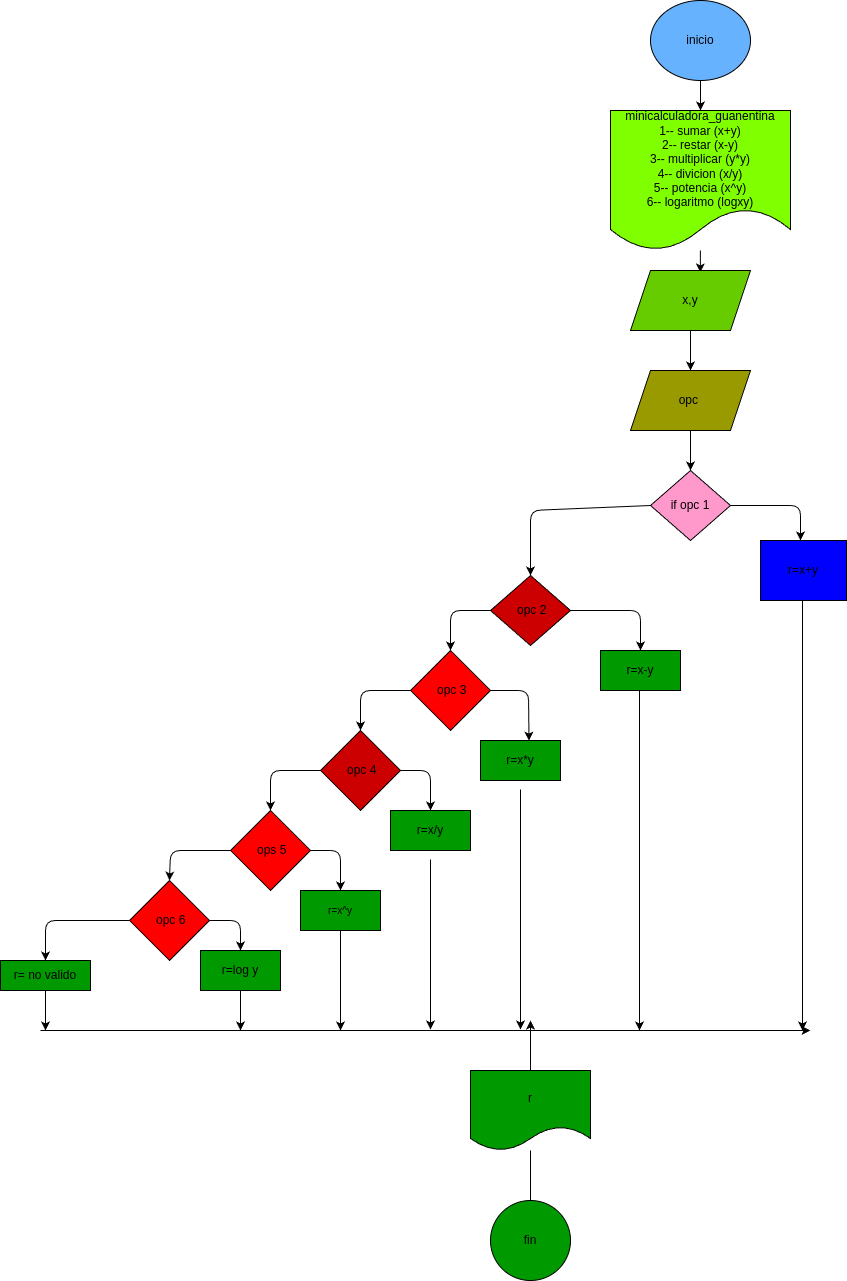
juan10-7/minicalculadora_guanentina keeps this draw.io diagram as diagrama.png. Above is the earlier version. Source tidied: cells renumbered, new cells last; positions are measured from the earlier drawing's top-left corner, leaving out a move shared by most shapes.
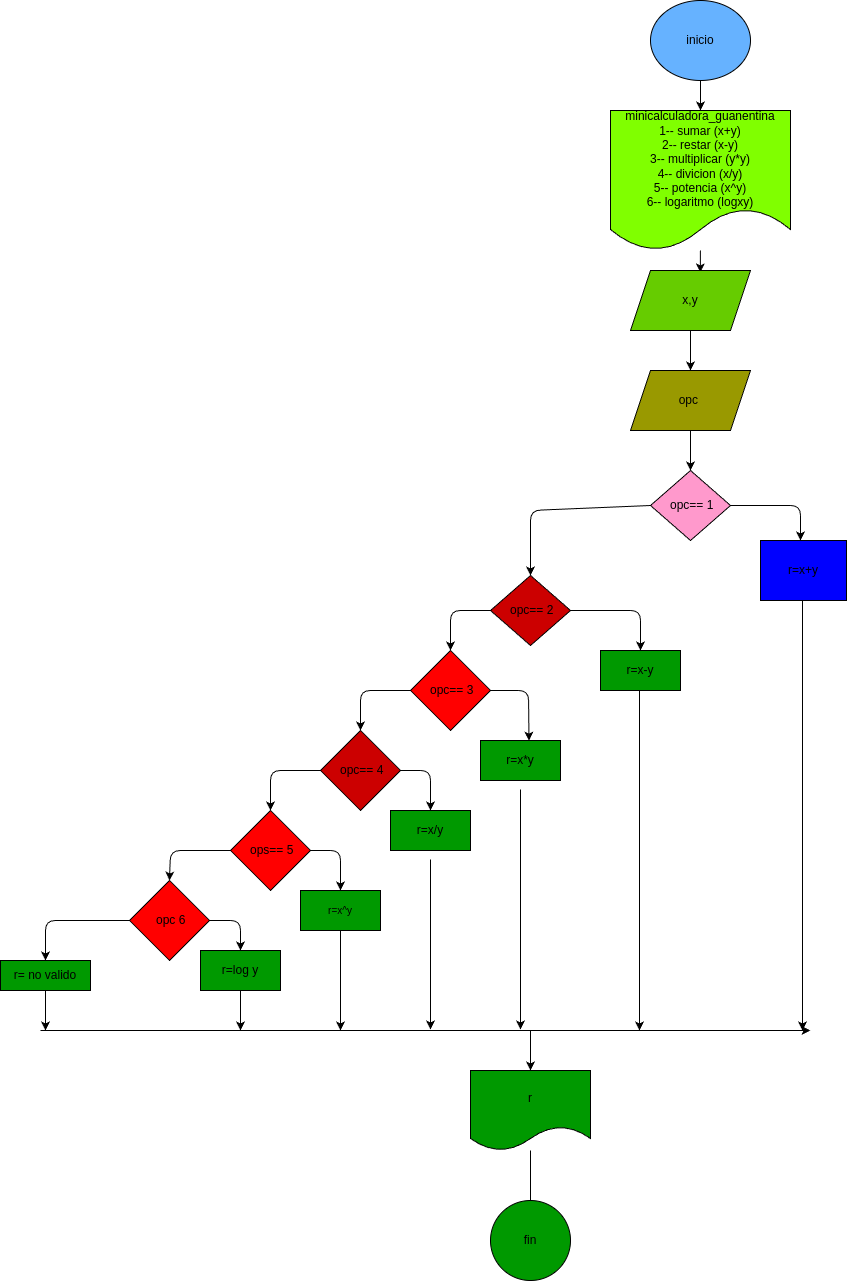
After the change.

Diff of the diagram source:
```diff
@@ -47,7 +47,7 @@
         </Array>
       </mxGeometry>
     </mxCell>
-    <mxCell id="13" value="if opc 1" style="rhombus;whiteSpace=wrap;html=1;fillColor=#FF99CC;" parent="1" vertex="1">
+    <mxCell id="13" value="&amp;nbsp;opc== 1" style="rhombus;whiteSpace=wrap;html=1;fillColor=#FF99CC;" parent="1" vertex="1">
       <mxGeometry x="650" y="470" width="80" height="70" as="geometry" />
     </mxCell>
     <mxCell id="14" style="edgeStyle=none;html=1;entryX=0.5;entryY=0;entryDx=0;entryDy=0;" parent="1" edge="1" source="16" target="20">
@@ -64,7 +64,7 @@
         </Array>
       </mxGeometry>
     </mxCell>
-    <mxCell id="16" value="&amp;nbsp;opc 2" style="rhombus;whiteSpace=wrap;html=1;fillColor=#CC0000;" parent="1" vertex="1">
+    <mxCell id="16" value="&amp;nbsp;opc== 2" style="rhombus;whiteSpace=wrap;html=1;fillColor=#CC0000;" parent="1" vertex="1">
       <mxGeometry x="490" y="575" width="80" height="70" as="geometry" />
     </mxCell>
     <mxCell id="17" style="edgeStyle=none;html=1;" parent="1" edge="1">
@@ -99,7 +99,7 @@
         </Array>
       </mxGeometry>
     </mxCell>
-    <mxCell id="23" value="&amp;nbsp;opc 3" style="rhombus;whiteSpace=wrap;html=1;fillColor=#FF0000;" parent="1" vertex="1">
+    <mxCell id="23" value="&amp;nbsp;opc== 3" style="rhombus;whiteSpace=wrap;html=1;fillColor=#FF0000;" parent="1" vertex="1">
       <mxGeometry x="410" y="650" width="80" height="80" as="geometry" />
     </mxCell>
     <mxCell id="24" style="edgeStyle=none;html=1;" parent="1" edge="1">
@@ -125,7 +125,7 @@
         </Array>
       </mxGeometry>
     </mxCell>
-    <mxCell id="28" value="&amp;nbsp;opc 4" style="rhombus;whiteSpace=wrap;html=1;fillColor=#CC0000;" parent="1" vertex="1">
+    <mxCell id="28" value="&amp;nbsp;opc== 4" style="rhombus;whiteSpace=wrap;html=1;fillColor=#CC0000;" parent="1" vertex="1">
       <mxGeometry x="320" y="730" width="80" height="80" as="geometry" />
     </mxCell>
     <mxCell id="29" style="edgeStyle=none;html=1;" parent="1" edge="1">
@@ -151,7 +151,7 @@
         </Array>
       </mxGeometry>
     </mxCell>
-    <mxCell id="33" value="&amp;nbsp;ops 5" style="rhombus;whiteSpace=wrap;html=1;fillColor=#FF0000;" parent="1" vertex="1">
+    <mxCell id="33" value="&amp;nbsp;ops== 5" style="rhombus;whiteSpace=wrap;html=1;fillColor=#FF0000;" parent="1" vertex="1">
       <mxGeometry x="230" y="810" width="80" height="80" as="geometry" />
     </mxCell>
     <mxCell id="34" style="edgeStyle=none;html=1;" parent="1" edge="1" source="35">
@@ -187,11 +187,6 @@
     <mxCell id="40" value="r=log y" style="whiteSpace=wrap;html=1;fillColor=#009900;" parent="1" vertex="1">
       <mxGeometry x="200" y="950" width="80" height="40" as="geometry" />
     </mxCell>
-    <mxCell id="41" style="edgeStyle=none;html=1;" parent="1" edge="1" source="43">
-      <mxGeometry relative="1" as="geometry">
-        <mxPoint x="530" y="1020" as="targetPoint" />
-      </mxGeometry>
-    </mxCell>
     <mxCell id="42" style="edgeStyle=none;html=1;" parent="1" edge="1" source="43">
       <mxGeometry relative="1" as="geometry">
         <mxPoint x="530" y="1220" as="targetPoint" />
@@ -217,5 +212,10 @@
         <mxPoint x="810" y="1030" as="targetPoint" />
       </mxGeometry>
     </mxCell>
+    <mxCell id="48" style="endArrow=classic;html=1;entryX=0.5;entryY=0;entryDx=0;entryDy=0;" parent="1" edge="1" target="43">
+      <mxGeometry relative="1" as="geometry">
+        <mxPoint x="530" y="1030" as="sourcePoint" />
+      </mxGeometry>
+    </mxCell>
   </root>
 </mxGraphModel>
```
